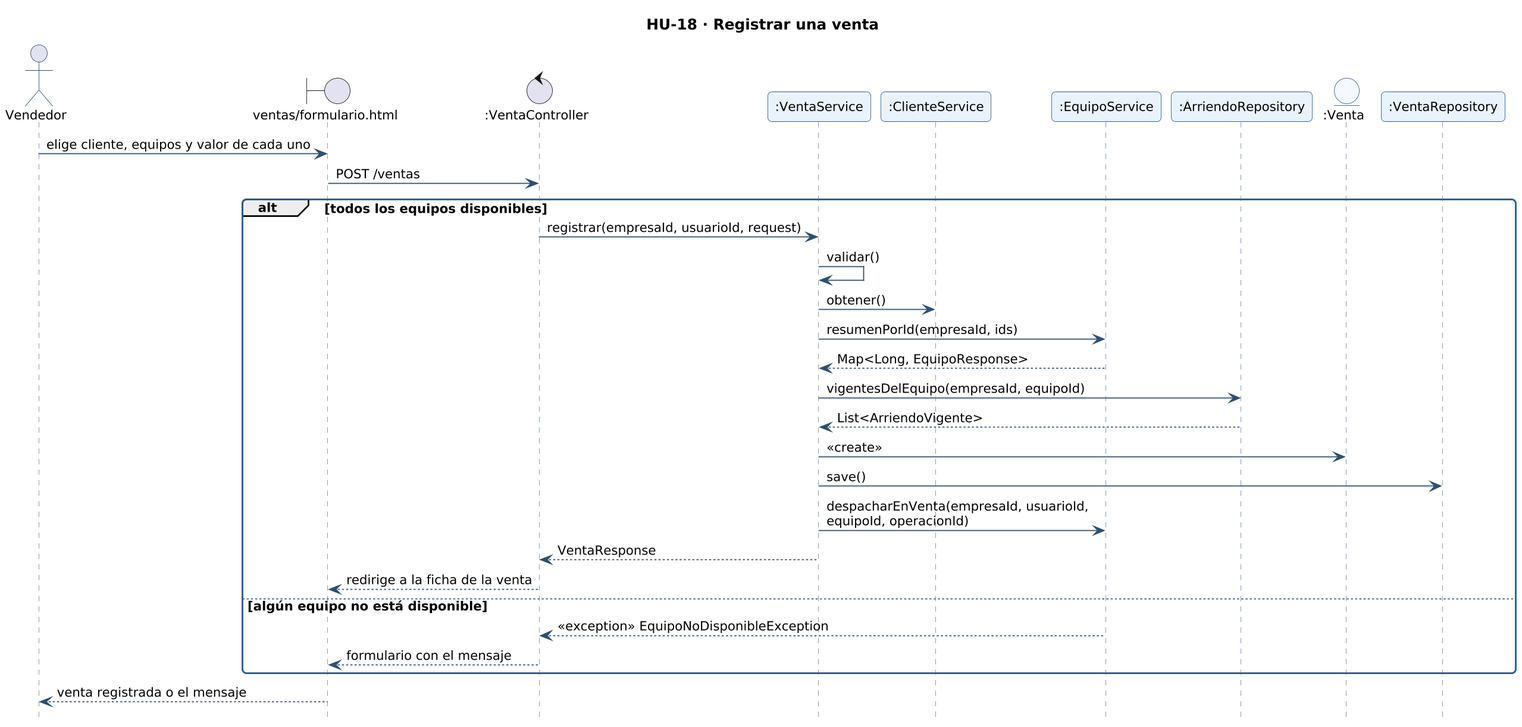
This is docs/diagramas/secuencia-hu-18.png from gonzaloarenasduoc/Mira, a PlantUML export, as it was before one commit.
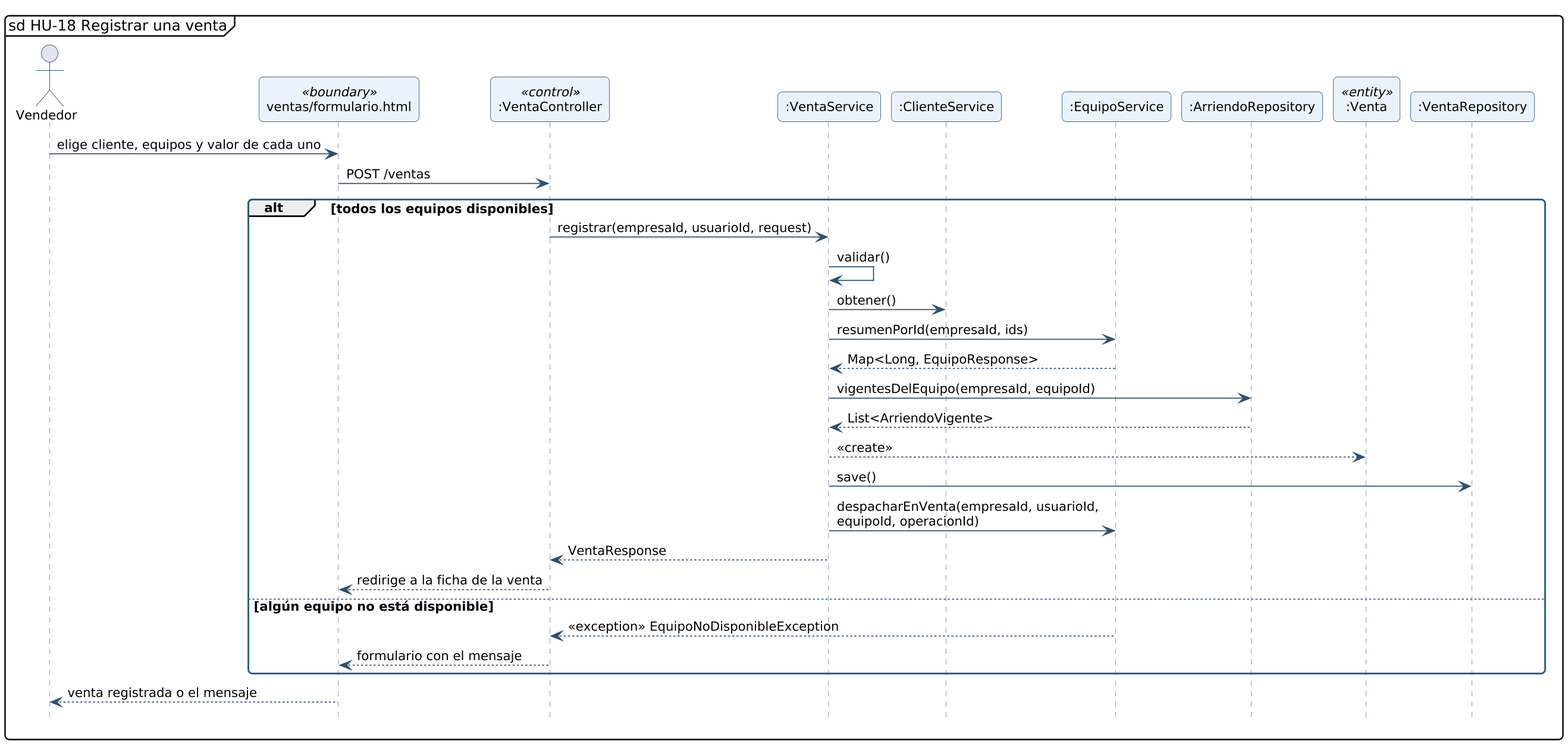
The same diagram one commit later.

Change to the diagram source:
```diff
@@ -3,15 +3,15 @@
 hide footbox
 skinparam maxMessageSize 260
 skinparam sequenceMessageAlign left
-title HU-18 · Registrar una venta
+mainframe sd HU-18 Registrar una venta
 actor "Vendedor" as A
-boundary "ventas/formulario.html" as L_VISTA_ventas_formulario
-control ":VentaController" as L_VentaController
+participant "ventas/formulario.html" as L_VISTA_ventas_formulario <<boundary>>
+participant ":VentaController" as L_VentaController <<control>>
 participant ":VentaService" as L_VentaService
 participant ":ClienteService" as L_ClienteService
 participant ":EquipoService" as L_EquipoService
 participant ":ArriendoRepository" as L_ArriendoRepository
-entity ":Venta" as L_Venta
+participant ":Venta" as L_Venta <<entity>>
 participant ":VentaRepository" as L_VentaRepository
 A -> L_VISTA_ventas_formulario : elige cliente, equipos y valor de cada uno
 L_VISTA_ventas_formulario -> L_VentaController : POST /ventas
@@ -23,7 +23,7 @@
 L_EquipoService --> L_VentaService : Map<Long, EquipoResponse>
 L_VentaService -> L_ArriendoRepository : vigentesDelEquipo(empresaId, equipoId)
 L_ArriendoRepository --> L_VentaService : List<ArriendoVigente>
-L_VentaService -> L_Venta : <<create>>
+L_VentaService --> L_Venta : <<create>>
 L_VentaService -> L_VentaRepository : save()
 L_VentaService -> L_EquipoService : despacharEnVenta(empresaId, usuarioId, equipoId, operacionId)
 L_VentaService --> L_VentaController : VentaResponse
```
